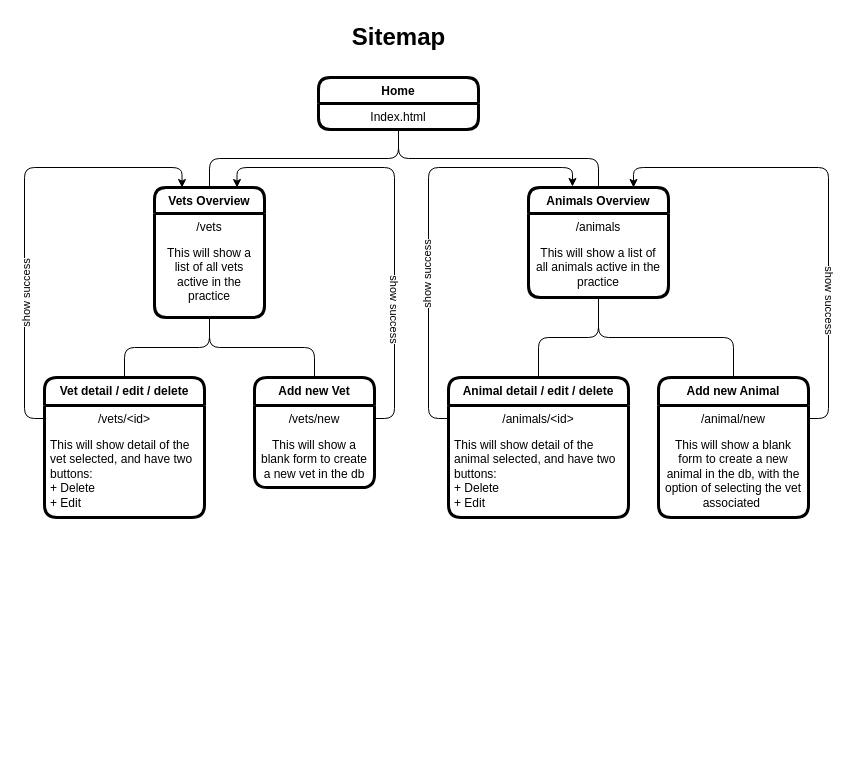
The draw.io diagram Planning/site_map.svg.drawio in randomlyalex-codeclan/vet_management, before the edit. Source tidied: cells renumbered, new cells numbered last; positions are measured from the earlier drawing's top-left corner, leaving out a move shared by most shapes. Both pictures are drawn from the tidied source at 100%, with x=0, y=0 at pixel (44, 17).
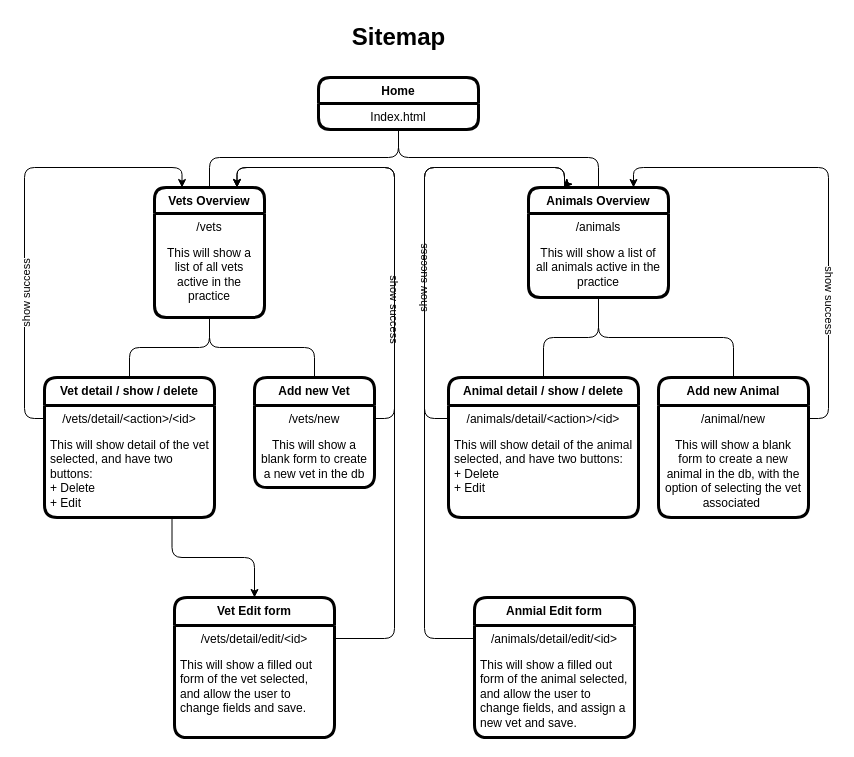
Above is the later version.

Unchanged cells that the change refers to:
```xml
<mxCell id="5" value="Animals Overview" style="swimlane;fontStyle=1;align=center;verticalAlign=top;horizontal=1;startSize=26;rounded=1;glass=0;shadow=0;sketch=0;strokeWidth=3;" parent="1" vertex="1">
  <mxGeometry x="484" y="170" width="140" height="110" as="geometry" />
</mxCell>
<mxCell id="10" value="Vets Overview" style="swimlane;fontStyle=1;align=center;verticalAlign=top;horizontal=1;startSize=26;rounded=1;glass=0;shadow=0;sketch=0;strokeWidth=3;" parent="1" vertex="1">
  <mxGeometry x="110" y="170" width="110" height="130" as="geometry" />
</mxCell>
<mxCell id="21" value="Home" style="swimlane;fontStyle=1;align=center;verticalAlign=top;horizontal=1;startSize=26;rounded=1;glass=0;shadow=0;sketch=0;strokeWidth=3;" parent="1" vertex="1">
  <mxGeometry x="274" y="60" width="160" height="52" as="geometry" />
</mxCell>
```

Change to the diagram source:
```diff
@@
+    <mxCell id="38" style="edgeStyle=orthogonalEdgeStyle;jettySize=auto;html=1;exitX=0.75;exitY=1;exitDx=0;exitDy=0;entryX=0.5;entryY=0;entryDx=0;entryDy=0;rounded=1;" parent="1" edge="1" source="13" target="39">
+      <mxGeometry relative="1" as="geometry" />
+    </mxCell>
-    <mxCell id="13" value="Vet detail / edit / delete" style="swimlane;fontStyle=1;align=center;verticalAlign=top;horizontal=1;startSize=28;rounded=1;glass=0;shadow=0;sketch=0;strokeWidth=3;" parent="1" vertex="1">
-      <mxGeometry y="360" width="160" height="140" as="geometry" />
+    <mxCell id="13" value="Vet detail / show / delete" style="swimlane;fontStyle=1;align=center;verticalAlign=top;horizontal=1;startSize=28;rounded=1;glass=0;shadow=0;sketch=0;strokeWidth=3;" parent="1" vertex="1">
+      <mxGeometry y="360" width="170" height="140" as="geometry" />
     </mxCell>
-    <mxCell id="14" value="/vets/&lt;id&gt;" style="text;strokeColor=none;fillColor=none;align=center;verticalAlign=top;spacingLeft=4;spacingRight=4;overflow=hidden;points=[[0,0.5],[1,0.5]];portConstraint=eastwest;" parent="13" vertex="1">
-      <mxGeometry y="28" width="160" height="26" as="geometry" />
+    <mxCell id="14" value="/vets/detail/&lt;action&gt;/&lt;id&gt;" style="text;strokeColor=none;fillColor=none;align=center;verticalAlign=top;spacingLeft=4;spacingRight=4;overflow=hidden;points=[[0,0.5],[1,0.5]];portConstraint=eastwest;" parent="13" vertex="1">
+      <mxGeometry y="28" width="170" height="26" as="geometry" />
     </mxCell>
     <mxCell id="15" value="This will show detail of the vet selected, and have two buttons:&#10;+ Delete&#10;+ Edit" style="text;strokeColor=none;fillColor=none;align=left;verticalAlign=top;spacingLeft=4;spacingRight=4;overflow=hidden;whiteSpace=wrap;" parent="13" vertex="1">
-      <mxGeometry y="54" width="160" height="86" as="geometry" />
+      <mxGeometry y="54" width="170" height="86" as="geometry" />
     </mxCell>
+    <mxCell id="39" value="Vet Edit form" style="swimlane;fontStyle=1;align=center;verticalAlign=top;horizontal=1;startSize=28;rounded=1;glass=0;shadow=0;sketch=0;strokeWidth=3;" parent="1" vertex="1">
+      <mxGeometry x="130" y="580" width="160" height="140" as="geometry" />
+    </mxCell>
+    <mxCell id="40" value="/vets/detail/edit/&lt;id&gt;" style="text;strokeColor=none;fillColor=none;align=center;verticalAlign=top;spacingLeft=4;spacingRight=4;overflow=hidden;points=[[0,0.5],[1,0.5]];portConstraint=eastwest;" parent="39" vertex="1">
+      <mxGeometry y="28" width="160" height="26" as="geometry" />
+    </mxCell>
+    <mxCell id="41" value="This will show a filled out form of the vet selected, and allow the user to change fields and save." style="text;strokeColor=none;fillColor=none;align=left;verticalAlign=top;spacingLeft=4;spacingRight=4;overflow=hidden;whiteSpace=wrap;" parent="39" vertex="1">
+      <mxGeometry y="54" width="160" height="86" as="geometry" />
+    </mxCell>
+    <mxCell id="42" value="Anmial Edit form" style="swimlane;fontStyle=1;align=center;verticalAlign=top;horizontal=1;startSize=28;rounded=1;glass=0;shadow=0;sketch=0;strokeWidth=3;" parent="1" vertex="1">
+      <mxGeometry x="430" y="580" width="160" height="140" as="geometry" />
+    </mxCell>
+    <mxCell id="43" value="/animals/detail/edit/&lt;id&gt;" style="text;strokeColor=none;fillColor=none;align=center;verticalAlign=top;spacingLeft=4;spacingRight=4;overflow=hidden;points=[[0,0.5],[1,0.5]];portConstraint=eastwest;" parent="42" vertex="1">
+      <mxGeometry y="28" width="160" height="26" as="geometry" />
+    </mxCell>
+    <mxCell id="44" value="This will show a filled out form of the animal selected, and allow the user to change fields, and assign a new vet and save." style="text;strokeColor=none;fillColor=none;align=left;verticalAlign=top;spacingLeft=4;spacingRight=4;overflow=hidden;whiteSpace=wrap;" parent="42" vertex="1">
+      <mxGeometry y="54" width="160" height="86" as="geometry" />
+    </mxCell>
@@
     <mxCell id="19" style="edgeStyle=orthogonalEdgeStyle;rounded=1;jettySize=auto;html=1;exitX=0.5;exitY=1;exitDx=0;exitDy=0;entryX=0.5;entryY=0;entryDx=0;entryDy=0;strokeColor=#000000;endArrow=none;endFill=0;" parent="1" edge="1" source="21" target="10">
-      <mxGeometry relative="1" as="geometry" />
+      <mxGeometry relative="1" as="geometry">
+        <Array as="points">
+          <mxPoint x="354" y="140" />
+          <mxPoint x="165" y="140" />
+        </Array>
+      </mxGeometry>
     </mxCell>
     <mxCell id="20" style="edgeStyle=orthogonalEdgeStyle;rounded=1;jettySize=auto;html=1;exitX=0.5;exitY=1;exitDx=0;exitDy=0;strokeColor=#000000;endArrow=none;endFill=0;" parent="1" edge="1" source="21" target="5">
-      <mxGeometry relative="1" as="geometry" />
+      <mxGeometry relative="1" as="geometry">
+        <Array as="points">
+          <mxPoint x="354" y="140" />
+          <mxPoint x="554" y="140" />
+        </Array>
+      </mxGeometry>
     </mxCell>
@@
-    <mxCell id="23" value="Animal detail / edit / delete" style="swimlane;fontStyle=1;align=center;verticalAlign=top;horizontal=1;startSize=28;rounded=1;glass=0;shadow=0;sketch=0;strokeWidth=3;" parent="1" vertex="1">
-      <mxGeometry x="404" y="360" width="180" height="140" as="geometry" />
+    <mxCell id="23" value="Animal detail / show / delete" style="swimlane;fontStyle=1;align=center;verticalAlign=top;horizontal=1;startSize=28;rounded=1;glass=0;shadow=0;sketch=0;strokeWidth=3;" parent="1" vertex="1">
+      <mxGeometry x="404" y="360" width="190" height="140" as="geometry" />
     </mxCell>
-    <mxCell id="24" value="/animals/&lt;id&gt;" style="text;strokeColor=none;fillColor=none;align=center;verticalAlign=top;spacingLeft=4;spacingRight=4;overflow=hidden;points=[[0,0.5],[1,0.5]];portConstraint=eastwest;" parent="23" vertex="1">
-      <mxGeometry y="28" width="180" height="26" as="geometry" />
+    <mxCell id="24" value="/animals/detail/&lt;action&gt;/&lt;id&gt;" style="text;strokeColor=none;fillColor=none;align=center;verticalAlign=top;spacingLeft=4;spacingRight=4;overflow=hidden;points=[[0,0.5],[1,0.5]];portConstraint=eastwest;" parent="23" vertex="1">
+      <mxGeometry y="28" width="190" height="26" as="geometry" />
     </mxCell>
     <mxCell id="25" value="This will show detail of the animal selected, and have two buttons:&#10;+ Delete&#10;+ Edit" style="text;strokeColor=none;fillColor=none;align=left;verticalAlign=top;spacingLeft=4;spacingRight=4;overflow=hidden;whiteSpace=wrap;" parent="23" vertex="1">
-      <mxGeometry y="54" width="180" height="86" as="geometry" />
+      <mxGeometry y="54" width="190" height="86" as="geometry" />
     </mxCell>
@@
-    <mxCell id="34" style="edgeStyle=orthogonalEdgeStyle;rounded=1;jettySize=auto;html=1;exitX=0;exitY=0.5;exitDx=0;exitDy=0;entryX=0.314;entryY=-0.009;entryDx=0;entryDy=0;entryPerimeter=0;endArrow=classic;endFill=1;" parent="1" edge="1" source="24" target="5">
-      <mxGeometry relative="1" as="geometry" />
+    <mxCell id="34" style="edgeStyle=orthogonalEdgeStyle;rounded=1;jettySize=auto;html=1;exitX=0;exitY=0.5;exitDx=0;exitDy=0;entryX=0.25;entryY=0;entryDx=0;entryDy=0;endArrow=classic;endFill=1;" parent="1" edge="1" source="24" target="5">
+      <mxGeometry relative="1" as="geometry">
+        <Array as="points">
+          <mxPoint x="380" y="401" />
+          <mxPoint x="380" y="150" />
+          <mxPoint x="520" y="150" />
+          <mxPoint x="520" y="169" />
+          <mxPoint x="519" y="169" />
+        </Array>
+      </mxGeometry>
     </mxCell>
@@
+    <mxCell id="45" style="edgeStyle=orthogonalEdgeStyle;rounded=1;jettySize=auto;html=1;exitX=1;exitY=0.5;exitDx=0;exitDy=0;entryX=0.75;entryY=0;entryDx=0;entryDy=0;" parent="1" edge="1" source="40" target="10">
+      <mxGeometry relative="1" as="geometry">
+        <Array as="points">
+          <mxPoint x="350" y="621" />
+          <mxPoint x="350" y="150" />
+          <mxPoint x="193" y="150" />
+        </Array>
+      </mxGeometry>
+    </mxCell>
+    <mxCell id="46" style="edgeStyle=orthogonalEdgeStyle;rounded=1;jettySize=auto;html=1;exitX=0;exitY=0.5;exitDx=0;exitDy=0;entryX=0.25;entryY=0;entryDx=0;entryDy=0;" parent="1" edge="1" source="43" target="5">
+      <mxGeometry relative="1" as="geometry">
+        <Array as="points">
+          <mxPoint x="380" y="621" />
+          <mxPoint x="380" y="150" />
+          <mxPoint x="520" y="150" />
+          <mxPoint x="520" y="169" />
+          <mxPoint x="519" y="169" />
+        </Array>
+      </mxGeometry>
+    </mxCell>
```
